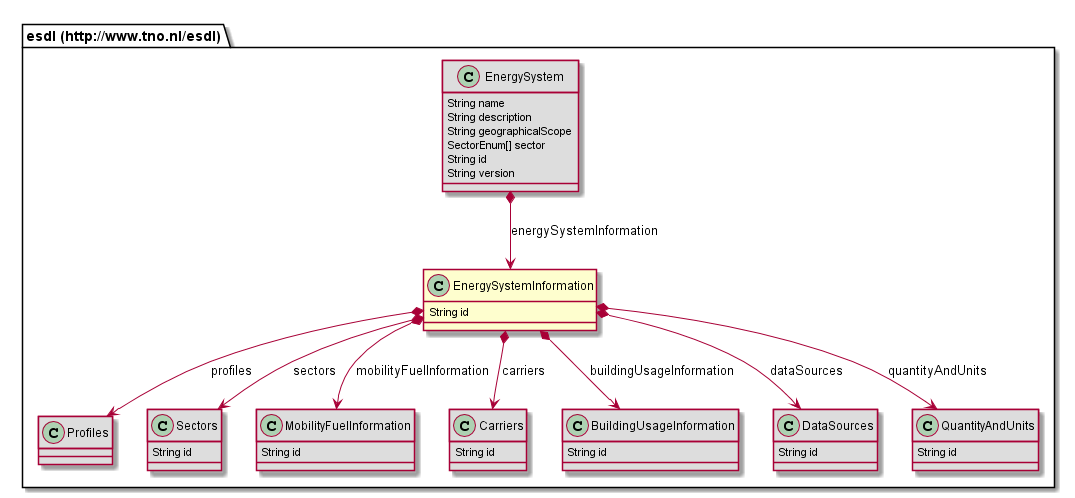
EnergyTransition/energytransition.github.io keeps this PlantUML diagram as 687474703a2f2f7777772e746e6f2e6e6c2f6573646c/EnergySystemInformation.png. Above is the earlier version. Source of this version:
```plantuml
@startuml
class "esdl (http://www.tno.nl/esdl).EnergySystemInformation" [[#router/doc-content/687474703a2f2f7777772e746e6f2e6e6c2f6573646c/EnergySystemInformation.html{Describes reusable information of the energy system, that other classes can refer to in this energy system, such as carriers, profiles, data sources, quantity and units.}]] {
	String id
}
class "esdl (http://www.tno.nl/esdl).EnergySystem" [[#router/doc-content/687474703a2f2f7777772e746e6f2e6e6c2f6573646c/EnergySystem.html{This is the main class to describe an EnergySystem in ESDL. }]] #DDDDDD {
	String name
	String description
	String geographicalScope
	SectorEnum[] sector
	String id
	String version
}
class "esdl (http://www.tno.nl/esdl).Profiles" [[#router/doc-content/687474703a2f2f7777772e746e6f2e6e6c2f6573646c/Profiles.html{Container for profiles in the Energy System Information where other profiles can refer to}]] #DDDDDD {
}
class "esdl (http://www.tno.nl/esdl).Sectors" [[#router/doc-content/687474703a2f2f7777772e746e6f2e6e6c2f6573646c/Sectors.html{Collection of sectors. }]] #DDDDDD {
	String id
}
class "esdl (http://www.tno.nl/esdl).MobilityFuelInformation" [[#router/doc-content/687474703a2f2f7777772e746e6f2e6e6c2f6573646c/MobilityFuelInformation.html{Collection of information about vehicles, fuels and efficiency}]] #DDDDDD {
	String id
}
class "esdl (http://www.tno.nl/esdl).Carriers" [[#router/doc-content/687474703a2f2f7777772e746e6f2e6e6c2f6573646c/Carriers.html{Collection of carriers as part of the Energy System Information. }]] #DDDDDD {
	String id
}
class "esdl (http://www.tno.nl/esdl).BuildingUsageInformation" [[#router/doc-content/687474703a2f2f7777772e746e6f2e6e6c2f6573646c/BuildingUsageInformation.html{Part of Energy System Information that specifies generic building usage information that can be referenced from multiple individual buildings}]] #DDDDDD {
	String id
}
class "esdl (http://www.tno.nl/esdl).DataSources" [[#router/doc-content/687474703a2f2f7777772e746e6f2e6e6c2f6573646c/DataSources.html{Collection of datasources used in the energy system}]] #DDDDDD {
	String id
}
class "esdl (http://www.tno.nl/esdl).QuantityAndUnits" [[#router/doc-content/687474703a2f2f7777772e746e6f2e6e6c2f6573646c/QuantityAndUnits.html{Collection of QuantityAndUnitTypes defined in the EnergySystemInformation section}]] #DDDDDD {
	String id
}
"esdl (http://www.tno.nl/esdl).EnergySystem" *--> "esdl (http://www.tno.nl/esdl).EnergySystemInformation" : energySystemInformation
"esdl (http://www.tno.nl/esdl).EnergySystemInformation" *--> "esdl (http://www.tno.nl/esdl).Carriers" : carriers
"esdl (http://www.tno.nl/esdl).EnergySystemInformation" *--> "esdl (http://www.tno.nl/esdl).Profiles" : profiles
"esdl (http://www.tno.nl/esdl).EnergySystemInformation" *--> "esdl (http://www.tno.nl/esdl).DataSources" : dataSources
"esdl (http://www.tno.nl/esdl).EnergySystemInformation" *--> "esdl (http://www.tno.nl/esdl).MobilityFuelInformation" : mobilityFuelInformation
"esdl (http://www.tno.nl/esdl).EnergySystemInformation" *--> "esdl (http://www.tno.nl/esdl).QuantityAndUnits" : quantityAndUnits
"esdl (http://www.tno.nl/esdl).EnergySystemInformation" *--> "esdl (http://www.tno.nl/esdl).Sectors" : sectors
"esdl (http://www.tno.nl/esdl).EnergySystemInformation" *--> "esdl (http://www.tno.nl/esdl).BuildingUsageInformation" : buildingUsageInformation
@enduml
```
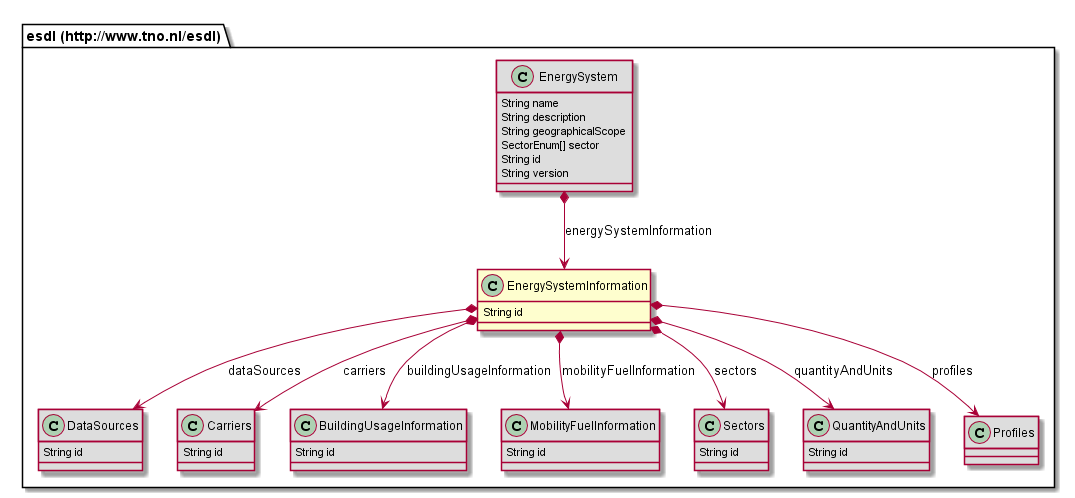
After the commit.

The edit, as a diff of the source:
```diff
@@ -1,5 +1,14 @@
 @startuml
 class "esdl (http://www.tno.nl/esdl).EnergySystemInformation" [[#router/doc-content/687474703a2f2f7777772e746e6f2e6e6c2f6573646c/EnergySystemInformation.html{Describes reusable information of the energy system, that other classes can refer to in this energy system, such as carriers, profiles, data sources, quantity and units.}]] {
+	String id
+}
+class "esdl (http://www.tno.nl/esdl).DataSources" [[#router/doc-content/687474703a2f2f7777772e746e6f2e6e6c2f6573646c/DataSources.html{Collection of datasources used in the energy system}]] #DDDDDD {
+	String id
+}
+class "esdl (http://www.tno.nl/esdl).Carriers" [[#router/doc-content/687474703a2f2f7777772e746e6f2e6e6c2f6573646c/Carriers.html{Collection of carriers as part of the Energy System Information. }]] #DDDDDD {
+	String id
+}
+class "esdl (http://www.tno.nl/esdl).BuildingUsageInformation" [[#router/doc-content/687474703a2f2f7777772e746e6f2e6e6c2f6573646c/BuildingUsageInformation.html{Part of Energy System Information that specifies generic building usage information that can be referenced from multiple individual buildings}]] #DDDDDD {
 	String id
 }
 class "esdl (http://www.tno.nl/esdl).EnergySystem" [[#router/doc-content/687474703a2f2f7777772e746e6f2e6e6c2f6573646c/EnergySystem.html{This is the main class to describe an EnergySystem in ESDL. }]] #DDDDDD {
@@ -10,27 +19,17 @@
 	String id
 	String version
 }
-class "esdl (http://www.tno.nl/esdl).Profiles" [[#router/doc-content/687474703a2f2f7777772e746e6f2e6e6c2f6573646c/Profiles.html{Container for profiles in the Energy System Information where other profiles can refer to}]] #DDDDDD {
-}
-class "esdl (http://www.tno.nl/esdl).Sectors" [[#router/doc-content/687474703a2f2f7777772e746e6f2e6e6c2f6573646c/Sectors.html{Collection of sectors. }]] #DDDDDD {
-	String id
-}
 class "esdl (http://www.tno.nl/esdl).MobilityFuelInformation" [[#router/doc-content/687474703a2f2f7777772e746e6f2e6e6c2f6573646c/MobilityFuelInformation.html{Collection of information about vehicles, fuels and efficiency}]] #DDDDDD {
 	String id
 }
-class "esdl (http://www.tno.nl/esdl).Carriers" [[#router/doc-content/687474703a2f2f7777772e746e6f2e6e6c2f6573646c/Carriers.html{Collection of carriers as part of the Energy System Information. }]] #DDDDDD {
-	String id
-}
-class "esdl (http://www.tno.nl/esdl).BuildingUsageInformation" [[#router/doc-content/687474703a2f2f7777772e746e6f2e6e6c2f6573646c/BuildingUsageInformation.html{Part of Energy System Information that specifies generic building usage information that can be referenced from multiple individual buildings}]] #DDDDDD {
-	String id
-}
-class "esdl (http://www.tno.nl/esdl).DataSources" [[#router/doc-content/687474703a2f2f7777772e746e6f2e6e6c2f6573646c/DataSources.html{Collection of datasources used in the energy system}]] #DDDDDD {
+class "esdl (http://www.tno.nl/esdl).Sectors" [[#router/doc-content/687474703a2f2f7777772e746e6f2e6e6c2f6573646c/Sectors.html{Collection of sectors. }]] #DDDDDD {
 	String id
 }
 class "esdl (http://www.tno.nl/esdl).QuantityAndUnits" [[#router/doc-content/687474703a2f2f7777772e746e6f2e6e6c2f6573646c/QuantityAndUnits.html{Collection of QuantityAndUnitTypes defined in the EnergySystemInformation section}]] #DDDDDD {
 	String id
 }
-"esdl (http://www.tno.nl/esdl).EnergySystem" *--> "esdl (http://www.tno.nl/esdl).EnergySystemInformation" : energySystemInformation
+class "esdl (http://www.tno.nl/esdl).Profiles" [[#router/doc-content/687474703a2f2f7777772e746e6f2e6e6c2f6573646c/Profiles.html{Container for profiles in the Energy System Information where other profiles can refer to}]] #DDDDDD {
+}
 "esdl (http://www.tno.nl/esdl).EnergySystemInformation" *--> "esdl (http://www.tno.nl/esdl).Carriers" : carriers
 "esdl (http://www.tno.nl/esdl).EnergySystemInformation" *--> "esdl (http://www.tno.nl/esdl).Profiles" : profiles
 "esdl (http://www.tno.nl/esdl).EnergySystemInformation" *--> "esdl (http://www.tno.nl/esdl).DataSources" : dataSources
@@ -38,4 +37,5 @@
 "esdl (http://www.tno.nl/esdl).EnergySystemInformation" *--> "esdl (http://www.tno.nl/esdl).QuantityAndUnits" : quantityAndUnits
 "esdl (http://www.tno.nl/esdl).EnergySystemInformation" *--> "esdl (http://www.tno.nl/esdl).Sectors" : sectors
 "esdl (http://www.tno.nl/esdl).EnergySystemInformation" *--> "esdl (http://www.tno.nl/esdl).BuildingUsageInformation" : buildingUsageInformation
+"esdl (http://www.tno.nl/esdl).EnergySystem" *--> "esdl (http://www.tno.nl/esdl).EnergySystemInformation" : energySystemInformation
 @enduml
```
